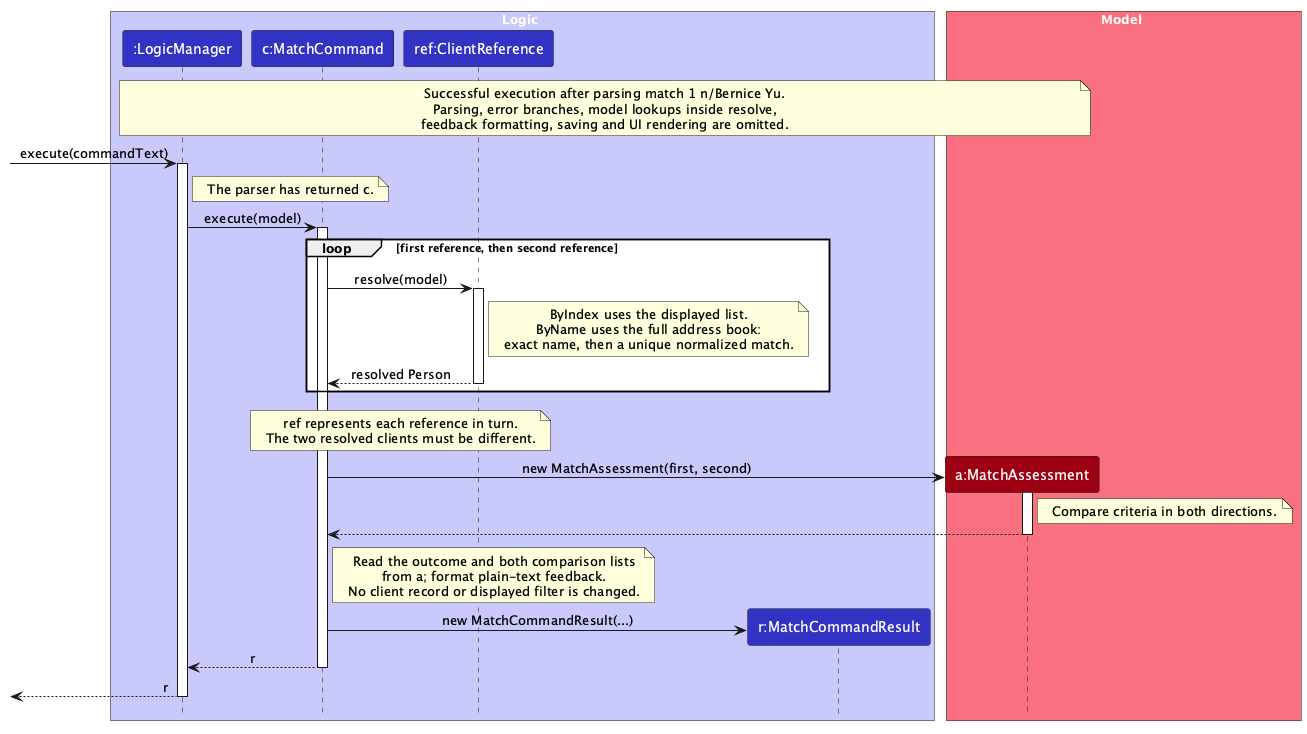
Earlier version of the PlantUML export docs/images/MatchSequenceDiagram.png (AY2627S1-CS2103T-W09-1/tp).
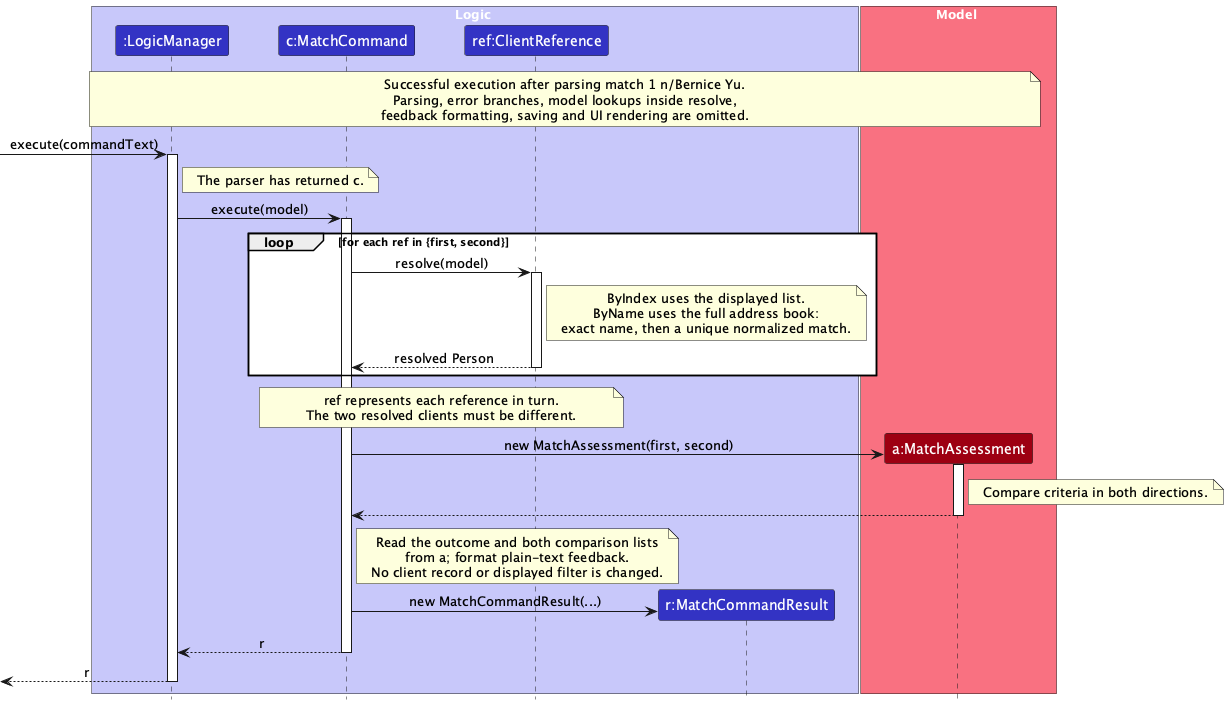
After the change.

What changed in the source:
```diff
@@ -26,7 +26,7 @@
 LogicManager -> MatchCommand : execute(model)
 activate MatchCommand
 
-loop first reference, then second reference
+loop for each ref in {first, second}
     MatchCommand -> ClientReference : resolve(model)
     activate ClientReference
     note right of ClientReference
```
